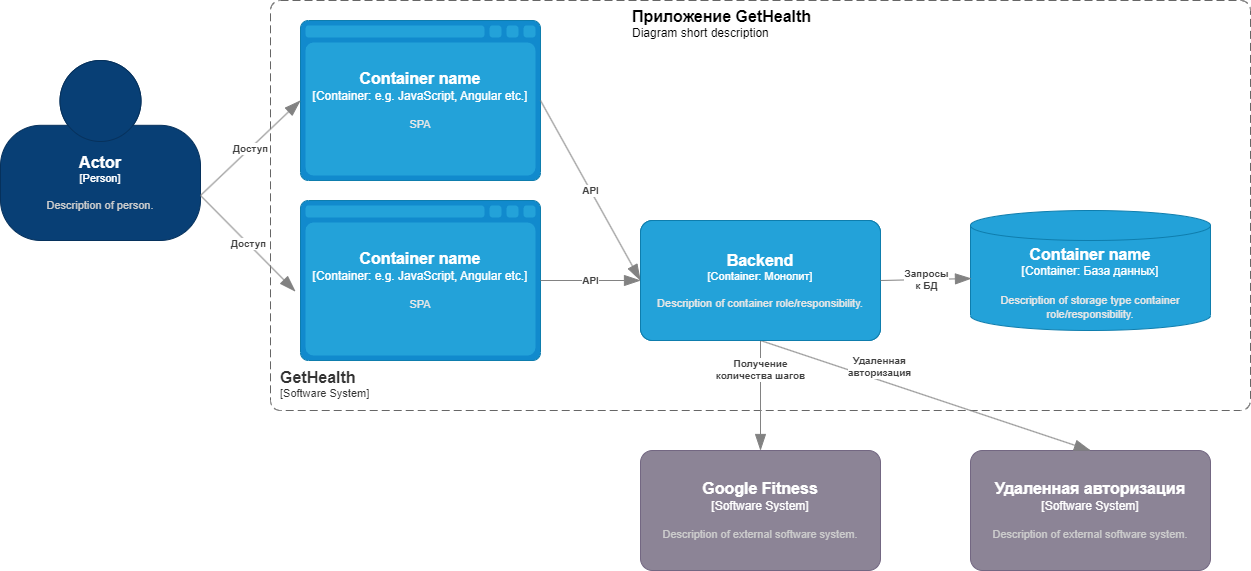
This is images/Struct2.png from szurs2006/otus, a draw.io export, as it was before one commit. Source tidied: cells renumbered, new cells last; positions are measured from the earlier drawing's top-left corner, leaving out a move shared by most shapes. Source of this version:
```xml
<mxGraphModel>
  <root>
    <mxCell id="0" />
    <mxCell id="1" parent="0" />
    <object id="2" label="&lt;font style=&quot;font-size: 16px&quot;&gt;&lt;b&gt;%c4Name%&lt;/b&gt;&lt;/font&gt;&lt;div&gt;[%c4Type%]&lt;/div&gt;&lt;br&gt;&lt;div&gt;&lt;font style=&quot;font-size: 11px&quot;&gt;&lt;font color=&quot;#cccccc&quot;&gt;%c4Description%&lt;/font&gt;&lt;/div&gt;" c4Description="Description of person." c4Name="Actor" c4Type="Person" placeholders="1">
      <mxCell style="html=1;fontSize=11;dashed=0;whiteSpace=wrap;fillColor=#083F75;strokeColor=#06315C;fontColor=#ffffff;shape=mxgraph.c4.person2;align=center;points=[[0.5,0,0],[1,0.5,0],[1,0.75,0],[0.75,1,0],[0.5,1,0],[0.25,1,0],[0,0.75,0],[0,0.5,0]];" parent="1" vertex="1">
        <mxGeometry y="60" width="200" height="180" as="geometry" />
      </mxCell>
    </object>
    <object id="3" label="&lt;font style=&quot;font-size: 16px&quot;&gt;&lt;b&gt;&lt;div style=&quot;text-align: left&quot;&gt;%c4Name%&lt;/div&gt;&lt;/b&gt;&lt;/font&gt;&lt;div style=&quot;text-align: left&quot;&gt;[%c4Application%]&lt;/div&gt;" c4Application="Software System" c4Name="GetHealth" c4Type="SystemScopeBoundary" placeholders="1">
      <mxCell style="rounded=1;fontSize=11;whiteSpace=wrap;html=1;dashed=1;arcSize=20;fillColor=none;strokeColor=#666666;fontColor=#333333;labelBackgroundColor=none;align=left;verticalAlign=bottom;labelBorderColor=none;spacingTop=0;spacing=10;dashPattern=8 4;perimeter=rectanglePerimeter;noLabel=0;labelPadding=0;absoluteArcSize=1;" parent="1" vertex="1">
        <mxGeometry x="270" width="980" height="410" as="geometry" />
      </mxCell>
    </object>
    <object id="4" label="&lt;font style=&quot;font-size: 16px&quot;&gt;&lt;b&gt;%c4Type%&lt;/b&gt;&lt;/font&gt;&lt;div&gt;[%c4Container%:&amp;nbsp;%c4Technology%]&lt;/div&gt;&lt;br&gt;&lt;div&gt;&lt;font style=&quot;font-size: 11px&quot;&gt;&lt;font color=&quot;#E6E6E6&quot;&gt;%c4Description%&lt;/font&gt;&lt;/div&gt;" c4Container="Container" c4Description="SPA" c4Technology="e.g. JavaScript, Angular etc." c4Type="Container name" placeholders="1">
      <mxCell style="shape=mxgraph.c4.webBrowserContainer2;whiteSpace=wrap;html=1;boundedLbl=1;rounded=0;labelBackgroundColor=none;strokeColor=#118ACD;fillColor=#23A2D9;strokeColor=#118ACD;strokeColor2=#0E7DAD;fontSize=12;fontColor=#ffffff;align=center;points=[[0.5,0,0],[1,0.25,0],[1,0.5,0],[1,0.75,0],[0.5,1,0],[0,0.75,0],[0,0.5,0],[0,0.25,0]];" parent="1" vertex="1">
        <mxGeometry x="300" y="200" width="240" height="160" as="geometry" />
      </mxCell>
    </object>
    <object id="5" label="&lt;font style=&quot;font-size: 16px&quot;&gt;&lt;b&gt;%c4Type%&lt;/b&gt;&lt;/font&gt;&lt;div&gt;[%c4Container%:&amp;nbsp;%c4Technology%]&lt;/div&gt;&lt;br&gt;&lt;div&gt;&lt;font style=&quot;font-size: 11px&quot;&gt;&lt;font color=&quot;#E6E6E6&quot;&gt;%c4Description%&lt;/font&gt;&lt;/div&gt;" c4Container="Container" c4Description="Description of storage type container role/responsibility." c4Technology="База данных" c4Type="Container name" placeholders="1">
      <mxCell style="shape=cylinder3;size=15;whiteSpace=wrap;html=1;boundedLbl=1;rounded=0;labelBackgroundColor=none;fillColor=#23A2D9;fontSize=12;fontColor=#ffffff;align=center;strokeColor=#0E7DAD;points=[[0.5,0,0],[1,0.25,0],[1,0.5,0],[1,0.75,0],[0.5,1,0],[0,0.75,0],[0,0.5,0],[0,0.25,0]];" parent="1" vertex="1">
        <mxGeometry x="970" y="210" width="240" height="120" as="geometry" />
      </mxCell>
    </object>
    <object id="6" label="&lt;font style=&quot;font-size: 16px&quot;&gt;&lt;b&gt;%c4Name%&lt;/b&gt;&lt;/font&gt;&lt;div&gt;[%c4Type%]&lt;/div&gt;&lt;br&gt;&lt;div&gt;&lt;font style=&quot;font-size: 11px&quot;&gt;&lt;font color=&quot;#cccccc&quot;&gt;%c4Description%&lt;/font&gt;&lt;/div&gt;" c4Description="Description of external software system." c4Name="Google Fitness" c4Type="Software System" placeholders="1">
      <mxCell style="rounded=1;whiteSpace=wrap;html=1;labelBackgroundColor=none;fillColor=#8C8496;fontColor=#ffffff;align=center;arcSize=10;strokeColor=#736782;points=[[0.25,0,0],[0.5,0,0],[0.75,0,0],[1,0.25,0],[1,0.5,0],[1,0.75,0],[0.75,1,0],[0.5,1,0],[0.25,1,0],[0,0.75,0],[0,0.5,0],[0,0.25,0]];" parent="1" vertex="1">
        <mxGeometry x="640" y="450" width="240" height="120" as="geometry" />
      </mxCell>
    </object>
    <object id="7" label="&lt;font style=&quot;font-size: 16px&quot;&gt;&lt;b&gt;%c4Name%&lt;/b&gt;&lt;/font&gt;&lt;div&gt;[%c4Type%]&lt;/div&gt;&lt;br&gt;&lt;div&gt;&lt;font style=&quot;font-size: 11px&quot;&gt;&lt;font color=&quot;#cccccc&quot;&gt;%c4Description%&lt;/font&gt;&lt;/div&gt;" c4Description="Description of external software system." c4Name="Удаленная авторизация" c4Type="Software System" placeholders="1">
      <mxCell style="rounded=1;whiteSpace=wrap;html=1;labelBackgroundColor=none;fillColor=#8C8496;fontColor=#ffffff;align=center;arcSize=10;strokeColor=#736782;points=[[0.25,0,0],[0.5,0,0],[0.75,0,0],[1,0.25,0],[1,0.5,0],[1,0.75,0],[0.75,1,0],[0.5,1,0],[0.25,1,0],[0,0.75,0],[0,0.5,0],[0,0.25,0]];" parent="1" vertex="1">
        <mxGeometry x="970" y="450" width="240" height="120" as="geometry" />
      </mxCell>
    </object>
    <object id="8" label="&lt;font style=&quot;font-size: 16px&quot;&gt;&lt;b&gt;&lt;div style=&quot;text-align: left&quot;&gt;%c4Name%&lt;/div&gt;&lt;/b&gt;&lt;/font&gt;&lt;div style=&quot;text-align: left&quot;&gt;%c4Description%&lt;/div&gt;" c4Description="Diagram short description" c4Name="Приложение GetHealth" c4Type="ContainerDiagramTitle" placeholders="1">
      <mxCell style="text;html=1;strokeColor=none;fillColor=none;align=left;verticalAlign=top;whiteSpace=wrap;rounded=0;" parent="1" vertex="1">
        <mxGeometry x="630" width="260" height="40" as="geometry" />
      </mxCell>
    </object>
    <object id="9" label="&lt;div style=&quot;text-align: left&quot;&gt;&lt;div style=&quot;text-align: center&quot;&gt;&lt;b&gt;%c4Description%&lt;/b&gt;&lt;/div&gt;" c4Description="Получение &#10;количества шагов" c4Type="Relationship" placeholders="1">
      <mxCell style="endArrow=blockThin;html=1;fontSize=10;fontColor=#404040;strokeWidth=1;endFill=1;strokeColor=#828282;elbow=vertical;endSize=14;startSize=14;jumpStyle=arc;jumpSize=16;rounded=0;entryX=0.5;entryY=0;entryDx=0;entryDy=0;entryPerimeter=0;exitX=0.5;exitY=1;exitDx=0;exitDy=0;exitPerimeter=0;" parent="1" edge="1" source="12" target="6">
        <mxGeometry x="-0.47" relative="1" as="geometry" />
      </mxCell>
    </object>
    <object id="10" label="&lt;div style=&quot;text-align: left&quot;&gt;&lt;div style=&quot;text-align: center&quot;&gt;&lt;b&gt;%c4Description%&lt;/b&gt;&lt;/div&gt;" c4Description="Удаленная &#10;авторизация" c4Type="Relationship" placeholders="1">
      <mxCell style="endArrow=blockThin;html=1;fontSize=10;fontColor=#404040;strokeWidth=1;endFill=1;strokeColor=#828282;elbow=vertical;endSize=14;startSize=14;jumpStyle=arc;jumpSize=16;rounded=0;entryX=0.5;entryY=0;entryDx=0;entryDy=0;entryPerimeter=0;exitX=0.5;exitY=1;exitDx=0;exitDy=0;exitPerimeter=0;" parent="1" edge="1" source="12" target="7">
        <mxGeometry x="-0.31" y="13" relative="1" as="geometry" />
      </mxCell>
    </object>
    <object id="11" label="&lt;font style=&quot;font-size: 16px&quot;&gt;&lt;b&gt;%c4Type%&lt;/b&gt;&lt;/font&gt;&lt;div&gt;[%c4Container%:&amp;nbsp;%c4Technology%]&lt;/div&gt;&lt;br&gt;&lt;div&gt;&lt;font style=&quot;font-size: 11px&quot;&gt;&lt;font color=&quot;#E6E6E6&quot;&gt;%c4Description%&lt;/font&gt;&lt;/div&gt;" c4Container="Container" c4Description="SPA" c4Technology="e.g. JavaScript, Angular etc." c4Type="Container name" placeholders="1">
      <mxCell style="shape=mxgraph.c4.webBrowserContainer2;whiteSpace=wrap;html=1;boundedLbl=1;rounded=0;labelBackgroundColor=none;strokeColor=#118ACD;fillColor=#23A2D9;strokeColor=#118ACD;strokeColor2=#0E7DAD;fontSize=12;fontColor=#ffffff;align=center;points=[[0.5,0,0],[1,0.25,0],[1,0.5,0],[1,0.75,0],[0.5,1,0],[0,0.75,0],[0,0.5,0],[0,0.25,0]];" parent="1" vertex="1">
        <mxGeometry x="300" y="20" width="240" height="160" as="geometry" />
      </mxCell>
    </object>
    <object id="12" label="&lt;font style=&quot;font-size: 16px&quot;&gt;&lt;b&gt;%c4Name%&lt;/b&gt;&lt;/font&gt;&lt;div&gt;[%c4Type%: %c4Technology%]&lt;/div&gt;&lt;br&gt;&lt;div&gt;&lt;font style=&quot;font-size: 11px&quot;&gt;&lt;font color=&quot;#E6E6E6&quot;&gt;%c4Description%&lt;/font&gt;&lt;/div&gt;" c4Description="Description of container role/responsibility." c4Name="Backend" c4Technology="ANY etc." c4Type="Container" placeholders="1">
      <mxCell style="rounded=1;whiteSpace=wrap;html=1;fontSize=11;labelBackgroundColor=none;fillColor=#23A2D9;fontColor=#ffffff;align=center;arcSize=10;strokeColor=#0E7DAD;points=[[0.25,0,0],[0.5,0,0],[0.75,0,0],[1,0.25,0],[1,0.5,0],[1,0.75,0],[0.75,1,0],[0.5,1,0],[0.25,1,0],[0,0.75,0],[0,0.5,0],[0,0.25,0]];" parent="1" vertex="1">
        <mxGeometry x="640" y="220" width="240" height="120" as="geometry" />
      </mxCell>
    </object>
    <object id="13" label="&lt;div style=&quot;text-align: left&quot;&gt;&lt;div style=&quot;text-align: center&quot;&gt;&lt;b&gt;%c4Description%&lt;/b&gt;&lt;/div&gt;" c4Description="API" c4Type="Relationship" placeholders="1">
      <mxCell style="endArrow=blockThin;html=1;fontSize=10;fontColor=#404040;strokeWidth=1;endFill=1;strokeColor=#828282;elbow=vertical;endSize=14;startSize=14;jumpStyle=arc;jumpSize=16;rounded=0;exitX=1;exitY=0.5;exitDx=0;exitDy=0;exitPerimeter=0;entryX=0;entryY=0.5;entryDx=0;entryDy=0;entryPerimeter=0;" parent="1" edge="1" source="4" target="12">
        <mxGeometry relative="1" as="geometry" />
      </mxCell>
    </object>
    <object id="14" label="&lt;div style=&quot;text-align: left&quot;&gt;&lt;div style=&quot;text-align: center&quot;&gt;&lt;b&gt;%c4Description%&lt;/b&gt;&lt;/div&gt;" c4Description="API" c4Type="Relationship" placeholders="1">
      <mxCell style="endArrow=blockThin;html=1;fontSize=10;fontColor=#404040;strokeWidth=1;endFill=1;strokeColor=#828282;elbow=vertical;endSize=14;startSize=14;jumpStyle=arc;jumpSize=16;rounded=0;exitX=1;exitY=0.5;exitDx=0;exitDy=0;exitPerimeter=0;entryX=0;entryY=0.5;entryDx=0;entryDy=0;entryPerimeter=0;" parent="1" edge="1" source="11" target="12">
        <mxGeometry relative="1" as="geometry" />
      </mxCell>
    </object>
    <object id="15" label="&lt;div style=&quot;text-align: left&quot;&gt;&lt;div style=&quot;text-align: center&quot;&gt;&lt;b&gt;%c4Description%&lt;/b&gt;&lt;/div&gt;" c4Description="Доступ" c4Type="Relationship" placeholders="1">
      <mxCell style="endArrow=blockThin;html=1;fontSize=10;fontColor=#404040;strokeWidth=1;endFill=1;strokeColor=#828282;elbow=vertical;endSize=14;startSize=14;jumpStyle=arc;jumpSize=16;rounded=0;entryX=0;entryY=0.5;entryDx=0;entryDy=0;entryPerimeter=0;exitX=1;exitY=0.75;exitDx=0;exitDy=0;exitPerimeter=0;" parent="1" edge="1" source="2" target="11">
        <mxGeometry relative="1" as="geometry" />
      </mxCell>
    </object>
    <object id="16" label="&lt;div style=&quot;text-align: left&quot;&gt;&lt;div style=&quot;text-align: center&quot;&gt;&lt;b&gt;%c4Description%&lt;/b&gt;&lt;/div&gt;" c4Description="Доступ" c4Type="Relationship" placeholders="1">
      <mxCell style="endArrow=blockThin;html=1;fontSize=10;fontColor=#404040;strokeWidth=1;endFill=1;strokeColor=#828282;elbow=vertical;endSize=14;startSize=14;jumpStyle=arc;jumpSize=16;rounded=0;entryX=-0.021;entryY=0.569;entryDx=0;entryDy=0;entryPerimeter=0;exitX=1;exitY=0.75;exitDx=0;exitDy=0;exitPerimeter=0;" parent="1" edge="1" source="2" target="4">
        <mxGeometry relative="1" as="geometry" />
      </mxCell>
    </object>
    <object id="17" label="&lt;font style=&quot;font-size: 16px&quot;&gt;&lt;b&gt;%c4Name%&lt;/b&gt;&lt;/font&gt;&lt;div&gt;[%c4Type%: %c4Technology%]&lt;/div&gt;&lt;br&gt;&lt;div&gt;&lt;font style=&quot;font-size: 11px&quot;&gt;&lt;font color=&quot;#E6E6E6&quot;&gt;%c4Description%&lt;/font&gt;&lt;/div&gt;" c4Description="Description of container role/responsibility." c4Name="Backend" c4Technology="Монолит" c4Type="Container" placeholders="1">
      <mxCell style="rounded=1;whiteSpace=wrap;html=1;fontSize=11;labelBackgroundColor=none;fillColor=#23A2D9;fontColor=#ffffff;align=center;arcSize=10;strokeColor=#0E7DAD;points=[[0.25,0,0],[0.5,0,0],[0.75,0,0],[1,0.25,0],[1,0.5,0],[1,0.75,0],[0.75,1,0],[0.5,1,0],[0.25,1,0],[0,0.75,0],[0,0.5,0],[0,0.25,0]];" parent="1" vertex="1">
        <mxGeometry x="640" y="220" width="240" height="120" as="geometry" />
      </mxCell>
    </object>
    <object id="18" label="&lt;div style=&quot;text-align: left&quot;&gt;&lt;div style=&quot;text-align: center&quot;&gt;&lt;b&gt;%c4Description%&lt;/b&gt;&lt;/div&gt;" c4Description="Запросы&#10;к БД" c4Type="Relationship" placeholders="1">
      <mxCell style="endArrow=blockThin;html=1;fontSize=10;fontColor=#404040;strokeWidth=1;endFill=1;strokeColor=#828282;elbow=vertical;endSize=14;startSize=14;jumpStyle=arc;jumpSize=16;rounded=0;exitX=1;exitY=0.5;exitDx=0;exitDy=0;exitPerimeter=0;entryX=0.004;entryY=0.567;entryDx=0;entryDy=0;entryPerimeter=0;" parent="1" edge="1" source="17" target="5">
        <mxGeometry relative="1" as="geometry" />
      </mxCell>
    </object>
  </root>
</mxGraphModel>
```
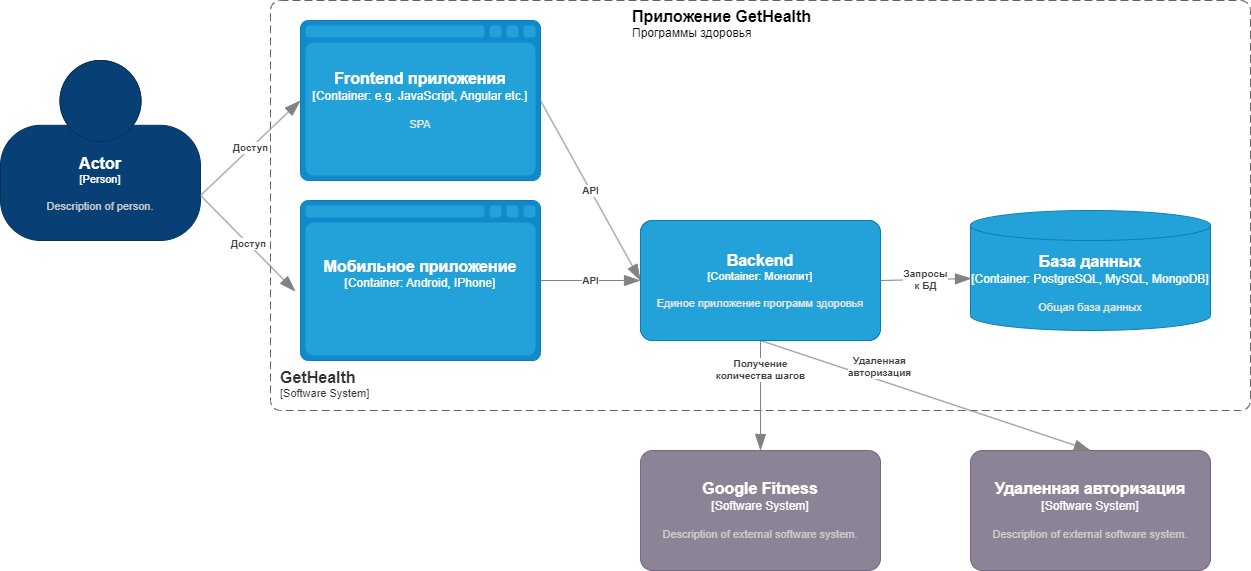
Later version of the same file.

Diff of the diagram source:
```diff
@@ -12,12 +12,12 @@
         <mxGeometry x="270" width="980" height="410" as="geometry" />
       </mxCell>
     </object>
-    <object id="4" label="&lt;font style=&quot;font-size: 16px&quot;&gt;&lt;b&gt;%c4Type%&lt;/b&gt;&lt;/font&gt;&lt;div&gt;[%c4Container%:&amp;nbsp;%c4Technology%]&lt;/div&gt;&lt;br&gt;&lt;div&gt;&lt;font style=&quot;font-size: 11px&quot;&gt;&lt;font color=&quot;#E6E6E6&quot;&gt;%c4Description%&lt;/font&gt;&lt;/div&gt;" c4Container="Container" c4Description="SPA" c4Technology="e.g. JavaScript, Angular etc." c4Type="Container name" placeholders="1">
+    <object id="4" label="&lt;font style=&quot;font-size: 16px&quot;&gt;&lt;b&gt;%c4Type%&lt;/b&gt;&lt;/font&gt;&lt;div&gt;[%c4Container%:&amp;nbsp;%c4Technology%]&lt;/div&gt;&lt;br&gt;&lt;div&gt;&lt;font style=&quot;font-size: 11px&quot;&gt;&lt;font color=&quot;#E6E6E6&quot;&gt;%c4Description%&lt;/font&gt;&lt;/div&gt;" c4Container="Container" c4Description="" c4Technology="Android, IPhone" c4Type="Мобильное приложение" placeholders="1">
       <mxCell style="shape=mxgraph.c4.webBrowserContainer2;whiteSpace=wrap;html=1;boundedLbl=1;rounded=0;labelBackgroundColor=none;strokeColor=#118ACD;fillColor=#23A2D9;strokeColor=#118ACD;strokeColor2=#0E7DAD;fontSize=12;fontColor=#ffffff;align=center;points=[[0.5,0,0],[1,0.25,0],[1,0.5,0],[1,0.75,0],[0.5,1,0],[0,0.75,0],[0,0.5,0],[0,0.25,0]];" parent="1" vertex="1">
         <mxGeometry x="300" y="200" width="240" height="160" as="geometry" />
       </mxCell>
     </object>
-    <object id="5" label="&lt;font style=&quot;font-size: 16px&quot;&gt;&lt;b&gt;%c4Type%&lt;/b&gt;&lt;/font&gt;&lt;div&gt;[%c4Container%:&amp;nbsp;%c4Technology%]&lt;/div&gt;&lt;br&gt;&lt;div&gt;&lt;font style=&quot;font-size: 11px&quot;&gt;&lt;font color=&quot;#E6E6E6&quot;&gt;%c4Description%&lt;/font&gt;&lt;/div&gt;" c4Container="Container" c4Description="Description of storage type container role/responsibility." c4Technology="База данных" c4Type="Container name" placeholders="1">
+    <object id="5" label="&lt;font style=&quot;font-size: 16px&quot;&gt;&lt;b&gt;%c4Type%&lt;/b&gt;&lt;/font&gt;&lt;div&gt;[%c4Container%:&amp;nbsp;%c4Technology%]&lt;/div&gt;&lt;br&gt;&lt;div&gt;&lt;font style=&quot;font-size: 11px&quot;&gt;&lt;font color=&quot;#E6E6E6&quot;&gt;%c4Description%&lt;/font&gt;&lt;/div&gt;" c4Container="Container" c4Description="Общая база данных" c4Technology="PostgreSQL, MySQL, MongoDB" c4Type="База данных" placeholders="1">
       <mxCell style="shape=cylinder3;size=15;whiteSpace=wrap;html=1;boundedLbl=1;rounded=0;labelBackgroundColor=none;fillColor=#23A2D9;fontSize=12;fontColor=#ffffff;align=center;strokeColor=#0E7DAD;points=[[0.5,0,0],[1,0.25,0],[1,0.5,0],[1,0.75,0],[0.5,1,0],[0,0.75,0],[0,0.5,0],[0,0.25,0]];" parent="1" vertex="1">
         <mxGeometry x="970" y="210" width="240" height="120" as="geometry" />
       </mxCell>
@@ -32,7 +32,7 @@
         <mxGeometry x="970" y="450" width="240" height="120" as="geometry" />
       </mxCell>
     </object>
-    <object id="8" label="&lt;font style=&quot;font-size: 16px&quot;&gt;&lt;b&gt;&lt;div style=&quot;text-align: left&quot;&gt;%c4Name%&lt;/div&gt;&lt;/b&gt;&lt;/font&gt;&lt;div style=&quot;text-align: left&quot;&gt;%c4Description%&lt;/div&gt;" c4Description="Diagram short description" c4Name="Приложение GetHealth" c4Type="ContainerDiagramTitle" placeholders="1">
+    <object id="8" label="&lt;font style=&quot;font-size: 16px&quot;&gt;&lt;b&gt;&lt;div style=&quot;text-align: left&quot;&gt;%c4Name%&lt;/div&gt;&lt;/b&gt;&lt;/font&gt;&lt;div style=&quot;text-align: left&quot;&gt;%c4Description%&lt;/div&gt;" c4Description="Программы здоровья" c4Name="Приложение GetHealth" c4Type="ContainerDiagramTitle" placeholders="1">
       <mxCell style="text;html=1;strokeColor=none;fillColor=none;align=left;verticalAlign=top;whiteSpace=wrap;rounded=0;" parent="1" vertex="1">
         <mxGeometry x="630" width="260" height="40" as="geometry" />
       </mxCell>
@@ -47,7 +47,7 @@
         <mxGeometry x="-0.31" y="13" relative="1" as="geometry" />
       </mxCell>
     </object>
-    <object id="11" label="&lt;font style=&quot;font-size: 16px&quot;&gt;&lt;b&gt;%c4Type%&lt;/b&gt;&lt;/font&gt;&lt;div&gt;[%c4Container%:&amp;nbsp;%c4Technology%]&lt;/div&gt;&lt;br&gt;&lt;div&gt;&lt;font style=&quot;font-size: 11px&quot;&gt;&lt;font color=&quot;#E6E6E6&quot;&gt;%c4Description%&lt;/font&gt;&lt;/div&gt;" c4Container="Container" c4Description="SPA" c4Technology="e.g. JavaScript, Angular etc." c4Type="Container name" placeholders="1">
+    <object id="11" label="&lt;font style=&quot;font-size: 16px&quot;&gt;&lt;b&gt;%c4Type%&lt;/b&gt;&lt;/font&gt;&lt;div&gt;[%c4Container%:&amp;nbsp;%c4Technology%]&lt;/div&gt;&lt;br&gt;&lt;div&gt;&lt;font style=&quot;font-size: 11px&quot;&gt;&lt;font color=&quot;#E6E6E6&quot;&gt;%c4Description%&lt;/font&gt;&lt;/div&gt;" c4Container="Container" c4Description="SPA" c4Technology="e.g. JavaScript, Angular etc." c4Type="Frontend приложения" placeholders="1">
       <mxCell style="shape=mxgraph.c4.webBrowserContainer2;whiteSpace=wrap;html=1;boundedLbl=1;rounded=0;labelBackgroundColor=none;strokeColor=#118ACD;fillColor=#23A2D9;strokeColor=#118ACD;strokeColor2=#0E7DAD;fontSize=12;fontColor=#ffffff;align=center;points=[[0.5,0,0],[1,0.25,0],[1,0.5,0],[1,0.75,0],[0.5,1,0],[0,0.75,0],[0,0.5,0],[0,0.25,0]];" parent="1" vertex="1">
         <mxGeometry x="300" y="20" width="240" height="160" as="geometry" />
       </mxCell>
@@ -77,7 +77,7 @@
         <mxGeometry relative="1" as="geometry" />
       </mxCell>
     </object>
-    <object id="17" label="&lt;font style=&quot;font-size: 16px&quot;&gt;&lt;b&gt;%c4Name%&lt;/b&gt;&lt;/font&gt;&lt;div&gt;[%c4Type%: %c4Technology%]&lt;/div&gt;&lt;br&gt;&lt;div&gt;&lt;font style=&quot;font-size: 11px&quot;&gt;&lt;font color=&quot;#E6E6E6&quot;&gt;%c4Description%&lt;/font&gt;&lt;/div&gt;" c4Description="Description of container role/responsibility." c4Name="Backend" c4Technology="Монолит" c4Type="Container" placeholders="1">
+    <object id="17" label="&lt;font style=&quot;font-size: 16px&quot;&gt;&lt;b&gt;%c4Name%&lt;/b&gt;&lt;/font&gt;&lt;div&gt;[%c4Type%: %c4Technology%]&lt;/div&gt;&lt;br&gt;&lt;div&gt;&lt;font style=&quot;font-size: 11px&quot;&gt;&lt;font color=&quot;#E6E6E6&quot;&gt;%c4Description%&lt;/font&gt;&lt;/div&gt;" c4Description="Единое приложение программ здоровья" c4Name="Backend" c4Technology="Монолит" c4Type="Container" placeholders="1">
       <mxCell style="rounded=1;whiteSpace=wrap;html=1;fontSize=11;labelBackgroundColor=none;fillColor=#23A2D9;fontColor=#ffffff;align=center;arcSize=10;strokeColor=#0E7DAD;points=[[0.25,0,0],[0.5,0,0],[0.75,0,0],[1,0.25,0],[1,0.5,0],[1,0.75,0],[0.75,1,0],[0.5,1,0],[0.25,1,0],[0,0.75,0],[0,0.5,0],[0,0.25,0]];" parent="1" vertex="1">
         <mxGeometry x="640" y="220" width="240" height="120" as="geometry" />
       </mxCell>
```
